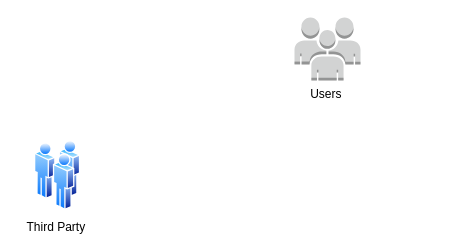
tyger-rareatom/consulting-architectures keeps this draw.io diagram as page "External process" (3 of 3) of icurity.drawio. Above is the earlier version. Source tidied: cells renumbered, new cells numbered last; positions are measured from the earlier drawing's top-left corner, leaving out a move shared by most shapes. Both pictures are drawn from the tidied source at 100%, with x=0, y=0 at pixel (34, 17).
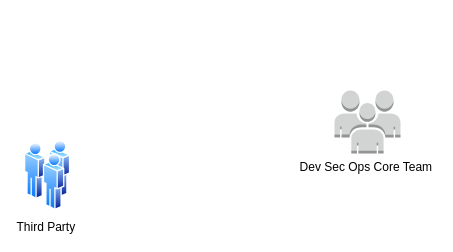
The same page after the edit.

Diff of the diagram source:
```diff
@@
 <mxGraphModel>
   <root>
     <mxCell id="0" />
     <mxCell id="1" parent="0" />
     <mxCell id="2" value="Third Party&amp;nbsp;" style="perimeter=ellipsePerimeter;html=1;align=center;shadow=0;dashed=0;spacingTop=3;image;image=img/lib/active_directory/users.svg;" parent="1" vertex="1">
-      <mxGeometry y="123" width="46.2" height="70" as="geometry" />
+      <mxGeometry x="-10" y="123" width="46.2" height="70" as="geometry" />
     </mxCell>
-    <mxCell id="3" value="Users&amp;nbsp;" style="dashed=0;verticalLabelPosition=bottom;verticalAlign=top;align=center;html=1;shape=mxgraph.aws3.users;fillColor=#D2D3D3;gradientColor=none;" parent="1" vertex="1">
-      <mxGeometry x="260" width="66" height="63" as="geometry" />
+    <mxCell id="3" value="Dev Sec Ops Core Team&amp;nbsp;" style="dashed=0;verticalLabelPosition=bottom;verticalAlign=top;align=center;html=1;shape=mxgraph.aws3.users;fillColor=#D2D3D3;gradientColor=none;" parent="1" vertex="1">
+      <mxGeometry x="300" y="73" width="66" height="63" as="geometry" />
     </mxCell>
   </root>
 </mxGraphModel>
```
